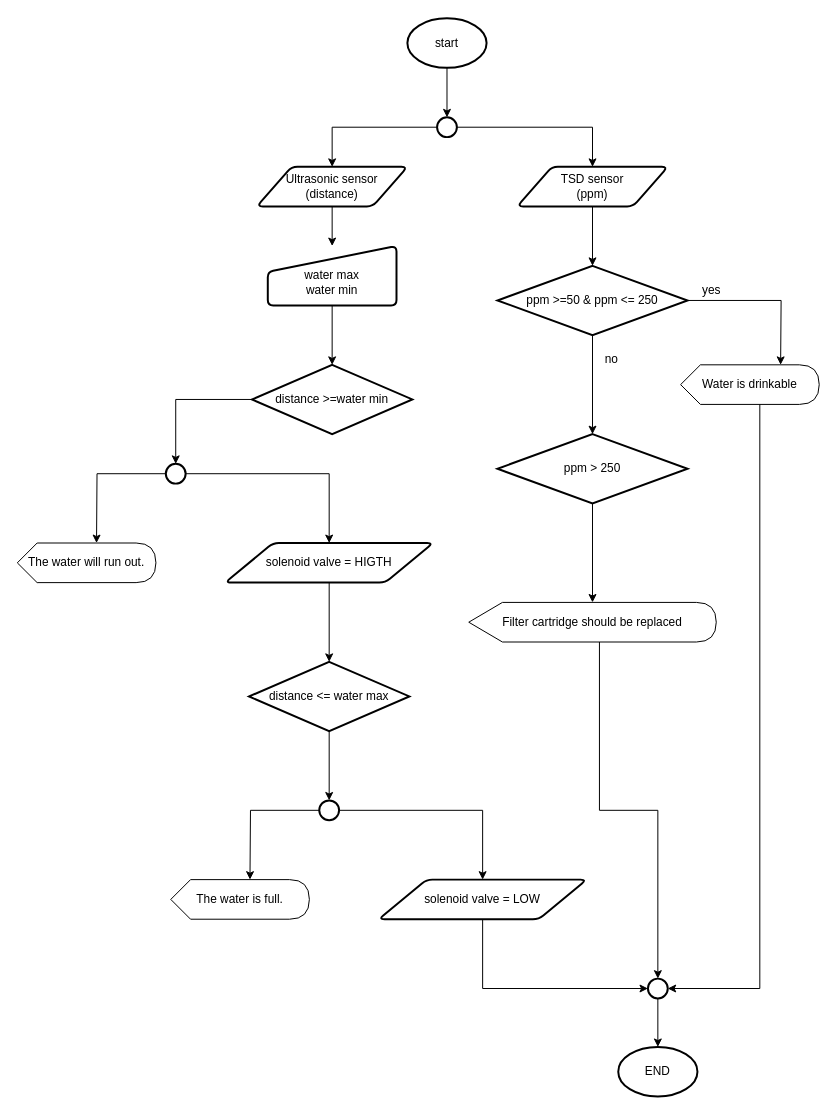
Jaruwit01/iot-project- keeps this draw.io diagram as Untitled Diagram.drawio. Above is the earlier version. Source tidied: cells renumbered, new cells numbered last; positions are measured from the earlier drawing's top-left corner, leaving out a move shared by most shapes. Both pictures are drawn from the tidied source at 99%, with x=0, y=0 at pixel (17, 18).
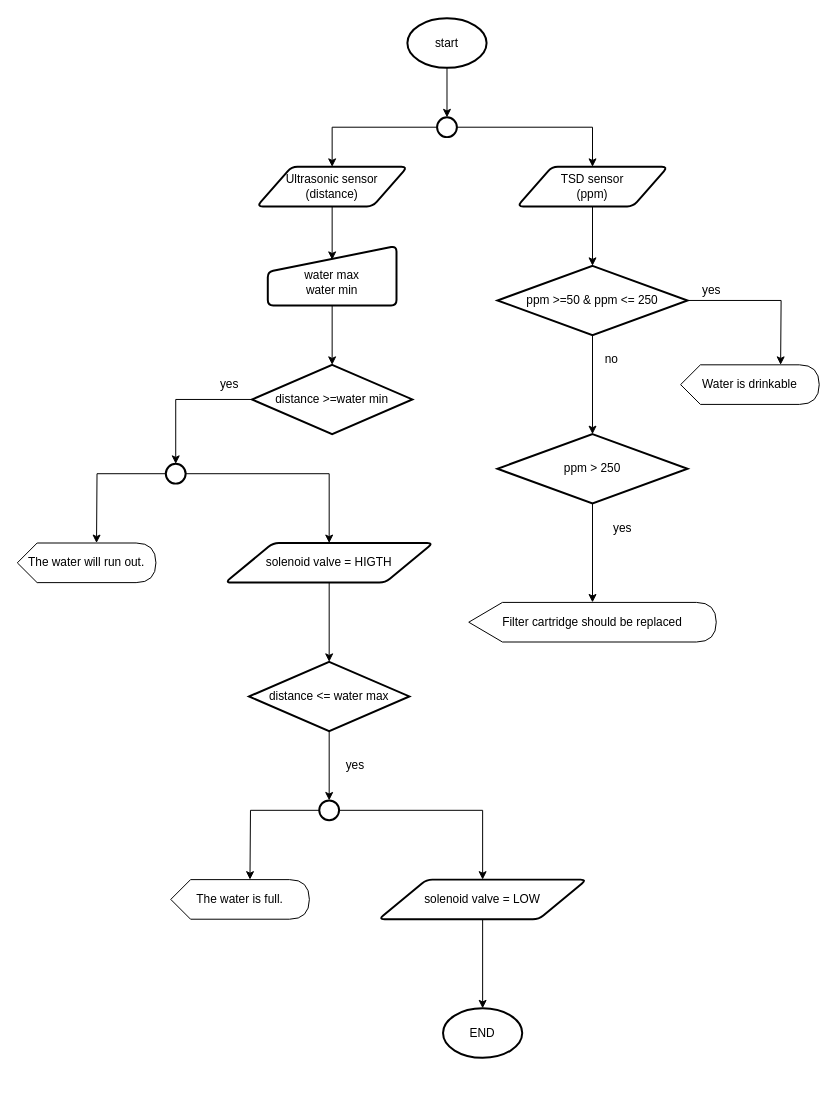
After the change.

Unchanged cells that the change refers to:
```xml
<mxCell id="5" value="Ultrasonic sensor&lt;br&gt;(distance)" style="shape=parallelogram;html=1;strokeWidth=2;perimeter=parallelogramPerimeter;whiteSpace=wrap;rounded=1;arcSize=12;size=0.23;" parent="1" vertex="1">
  <mxGeometry x="242" y="150" width="152" height="40" as="geometry" />
</mxCell>
<mxCell id="11" value="&lt;div&gt;&lt;br&gt;&lt;/div&gt;water max&lt;div&gt;water min&lt;/div&gt;" style="html=1;strokeWidth=2;shape=manualInput;whiteSpace=wrap;rounded=1;size=26;arcSize=11;" parent="1" vertex="1">
  <mxGeometry x="253" y="230" width="130" height="60" as="geometry" />
</mxCell>
<mxCell id="18" value="&lt;h5 style=&quot;line-height: 19px;&quot;&gt;&lt;font style=&quot;font-size: 12px;&quot;&gt;&lt;span style=&quot;white-space: pre; font-weight: normal;&quot;&gt;Water is&lt;font style=&quot;&quot; face=&quot;Helvetica&quot;&gt; &lt;/font&gt;drinkable&lt;/span&gt;&lt;/font&gt;&lt;/h5&gt;" style="shape=display;whiteSpace=wrap;html=1;size=0.14285714285714285;" parent="1" vertex="1">
  <mxGeometry x="670" y="350" width="140" height="40" as="geometry" />
</mxCell>
<mxCell id="20" value="&lt;h5 style=&quot;line-height: 19px;&quot;&gt;&lt;div style=&quot;font-weight: normal; line-height: 19px; white-space: pre;&quot;&gt;&lt;font style=&quot;font-size: 12px;&quot; face=&quot;Helvetica&quot;&gt;Filter cartridge should be replaced&lt;/font&gt;&lt;/div&gt;&lt;/h5&gt;" style="shape=display;whiteSpace=wrap;html=1;align=center;size=0.136;" parent="1" vertex="1">
  <mxGeometry x="456" y="590" width="250" height="40" as="geometry" />
</mxCell>
<mxCell id="34" value="solenoid valve = LOW" style="shape=parallelogram;html=1;strokeWidth=2;perimeter=parallelogramPerimeter;whiteSpace=wrap;rounded=1;arcSize=12;size=0.23;" parent="1" vertex="1">
  <mxGeometry x="365" y="870" width="210" height="40" as="geometry" />
</mxCell>
```

The edit, as a diff of the source:
```diff
@@
-    <mxCell id="4" style="edgeStyle=orthogonalEdgeStyle;rounded=0;jettySize=auto;html=1;entryX=0.5;entryY=0;entryDx=0;entryDy=0;" parent="1" edge="1" source="5" target="11">
+    <mxCell id="4" style="edgeStyle=orthogonalEdgeStyle;rounded=0;jettySize=auto;html=1;entryX=0.5;entryY=0.233;entryDx=0;entryDy=0;entryPerimeter=0;" parent="1" edge="1" source="5" target="11">
       <mxGeometry relative="1" as="geometry" />
     </mxCell>
@@
-    <mxCell id="35" style="strokeWidth=2;html=1;shape=mxgraph.flowchart.start_2;whiteSpace=wrap;" parent="1" vertex="1">
-      <mxGeometry x="637" y="970" width="20" height="20" as="geometry" />
-    </mxCell>
-    <mxCell id="36" style="edgeStyle=orthogonalEdgeStyle;rounded=0;jettySize=auto;html=1;entryX=1;entryY=0.5;entryDx=0;entryDy=0;entryPerimeter=0;" parent="1" edge="1" source="18" target="35">
-      <mxGeometry relative="1" as="geometry">
-        <Array as="points">
-          <mxPoint x="750" y="980" />
-        </Array>
-      </mxGeometry>
-    </mxCell>
@@
-    <mxCell id="39" style="edgeStyle=orthogonalEdgeStyle;rounded=0;jettySize=auto;html=1;entryX=0;entryY=0.5;entryDx=0;entryDy=0;entryPerimeter=0;exitX=0.5;exitY=1;exitDx=0;exitDy=0;" parent="1" edge="1" source="34" target="35">
-      <mxGeometry relative="1" as="geometry" />
-    </mxCell>
-    <mxCell id="40" style="edgeStyle=orthogonalEdgeStyle;rounded=0;jettySize=auto;html=1;exitX=0;exitY=0;exitDx=132.00000000000003;exitDy=40;exitPerimeter=0;entryX=0.5;entryY=0;entryDx=0;entryDy=0;entryPerimeter=0;" parent="1" edge="1" source="20" target="35">
-      <mxGeometry relative="1" as="geometry" />
-    </mxCell>
     <mxCell id="41" value="END" style="strokeWidth=2;html=1;shape=mxgraph.flowchart.start_1;whiteSpace=wrap;" parent="1" vertex="1">
-      <mxGeometry x="607" y="1039" width="80" height="50" as="geometry" />
+      <mxGeometry x="430" y="1000" width="80" height="50" as="geometry" />
     </mxCell>
-    <mxCell id="42" style="edgeStyle=orthogonalEdgeStyle;rounded=0;jettySize=auto;html=1;entryX=0.5;entryY=0;entryDx=0;entryDy=0;entryPerimeter=0;" parent="1" edge="1" source="35" target="41">
-      <mxGeometry relative="1" as="geometry" />
-    </mxCell>
+    <mxCell id="43" value="yes" style="text;html=1;align=center;verticalAlign=middle;strokeColor=none;fillColor=none;" parent="1" vertex="1">
+      <mxGeometry x="194" y="355" width="40" height="30" as="geometry" />
+    </mxCell>
+    <mxCell id="44" value="yes" style="text;html=1;align=center;verticalAlign=middle;strokeColor=none;fillColor=none;" parent="1" vertex="1">
+      <mxGeometry x="321" y="740" width="40" height="30" as="geometry" />
+    </mxCell>
+    <mxCell id="45" value="yes" style="text;html=1;align=center;verticalAlign=middle;strokeColor=none;fillColor=none;" parent="1" vertex="1">
+      <mxGeometry x="591" y="500" width="40" height="30" as="geometry" />
+    </mxCell>
+    <mxCell id="46" style="edgeStyle=orthogonalEdgeStyle;rounded=0;jettySize=auto;html=1;exitX=0.5;exitY=1;exitDx=0;exitDy=0;entryX=0.5;entryY=0;entryDx=0;entryDy=0;entryPerimeter=0;" parent="1" edge="1" source="34" target="41">
+      <mxGeometry relative="1" as="geometry" />
+    </mxCell>
```
